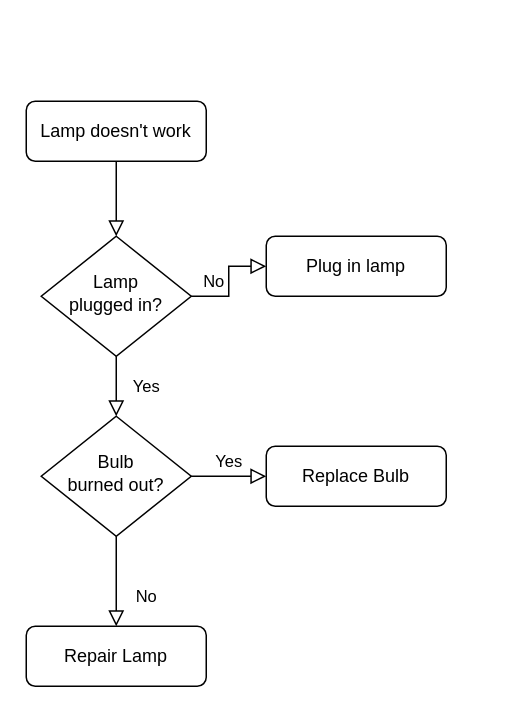
Before: Untitled Diagram.drawio in xbuniak/soc, a draw.io diagram. Source tidied: cells renumbered, new cells numbered last; positions are measured from the earlier drawing's top-left corner, leaving out a move shared by most shapes. Both pictures are drawn from the tidied source at 150%, with x=0, y=0 at pixel (26, 100).
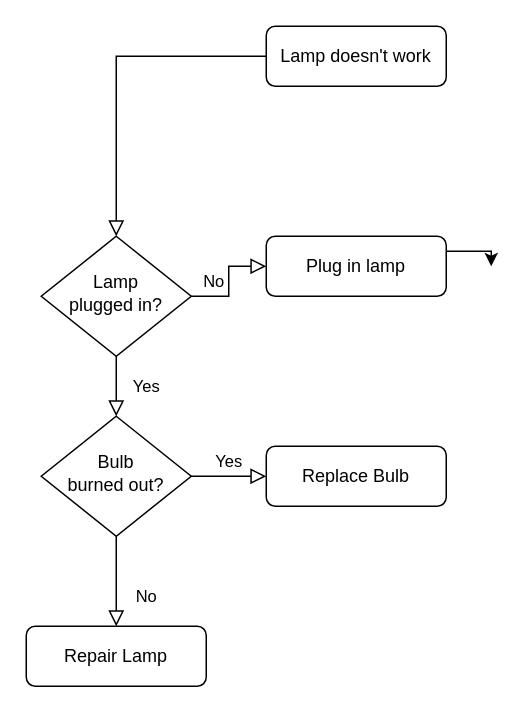
The same page after the edit.

The edit, as a diff of the source:
```diff
@@
 <mxGraphModel>
   <root>
     <mxCell id="0" />
     <mxCell id="1" parent="0" />
     <mxCell id="2" style="rounded=0;html=1;jettySize=auto;fontSize=11;endArrow=block;endFill=0;endSize=8;strokeWidth=1;shadow=0;labelBackgroundColor=none;edgeStyle=orthogonalEdgeStyle;" parent="1" edge="1" source="3" target="6">
       <mxGeometry relative="1" as="geometry" />
     </mxCell>
     <mxCell id="3" value="Lamp doesn't work" style="rounded=1;whiteSpace=wrap;html=1;fontSize=12;glass=0;strokeWidth=1;shadow=0;" parent="1" vertex="1">
-      <mxGeometry width="120" height="40" as="geometry" />
+      <mxGeometry x="160" y="-50" width="120" height="40" as="geometry" />
     </mxCell>
     <mxCell id="4" value="Yes" style="rounded=0;html=1;jettySize=auto;fontSize=11;endArrow=block;endFill=0;endSize=8;strokeWidth=1;shadow=0;labelBackgroundColor=none;edgeStyle=orthogonalEdgeStyle;" parent="1" edge="1" source="6" target="10">
       <mxGeometry y="20" relative="1" as="geometry" />
     </mxCell>
     <mxCell id="5" value="No" style="edgeStyle=orthogonalEdgeStyle;rounded=0;html=1;jettySize=auto;fontSize=11;endArrow=block;endFill=0;endSize=8;strokeWidth=1;shadow=0;labelBackgroundColor=none;" parent="1" edge="1" source="6" target="7">
       <mxGeometry y="10" relative="1" as="geometry" />
     </mxCell>
     <mxCell id="6" value="Lamp&lt;br&gt;plugged in?" style="rhombus;whiteSpace=wrap;html=1;shadow=0;fontFamily=Helvetica;fontSize=12;align=center;strokeWidth=1;spacing=6;spacingTop=-4;" parent="1" vertex="1">
       <mxGeometry x="10" y="90" width="100" height="80" as="geometry" />
     </mxCell>
+    <mxCell id="13" style="edgeStyle=orthogonalEdgeStyle;rounded=0;jettySize=auto;html=1;exitX=1;exitY=0.25;exitDx=0;exitDy=0;" parent="1" edge="1" source="7">
+      <mxGeometry relative="1" as="geometry">
+        <mxPoint x="310" y="110" as="targetPoint" />
+      </mxGeometry>
+    </mxCell>
     <mxCell id="7" value="Plug in lamp" style="rounded=1;whiteSpace=wrap;html=1;fontSize=12;glass=0;strokeWidth=1;shadow=0;" parent="1" vertex="1">
       <mxGeometry x="160" y="90" width="120" height="40" as="geometry" />
     </mxCell>
     <mxCell id="8" value="No" style="rounded=0;html=1;jettySize=auto;fontSize=11;endArrow=block;endFill=0;endSize=8;strokeWidth=1;shadow=0;labelBackgroundColor=none;edgeStyle=orthogonalEdgeStyle;" parent="1" edge="1" source="10" target="11">
       <mxGeometry x="0.33" y="20" relative="1" as="geometry" />
     </mxCell>
     <mxCell id="9" value="Yes" style="edgeStyle=orthogonalEdgeStyle;rounded=0;html=1;jettySize=auto;fontSize=11;endArrow=block;endFill=0;endSize=8;strokeWidth=1;shadow=0;labelBackgroundColor=none;" parent="1" edge="1" source="10" target="12">
       <mxGeometry y="10" relative="1" as="geometry" />
     </mxCell>
     <mxCell id="10" value="Bulb&lt;br&gt;burned out?" style="rhombus;whiteSpace=wrap;html=1;shadow=0;fontFamily=Helvetica;fontSize=12;align=center;strokeWidth=1;spacing=6;spacingTop=-4;" parent="1" vertex="1">
       <mxGeometry x="10" y="210" width="100" height="80" as="geometry" />
     </mxCell>
     <mxCell id="11" value="Repair Lamp" style="rounded=1;whiteSpace=wrap;html=1;fontSize=12;glass=0;strokeWidth=1;shadow=0;" parent="1" vertex="1">
       <mxGeometry y="350" width="120" height="40" as="geometry" />
     </mxCell>
     <mxCell id="12" value="Replace Bulb" style="rounded=1;whiteSpace=wrap;html=1;fontSize=12;glass=0;strokeWidth=1;shadow=0;" parent="1" vertex="1">
       <mxGeometry x="160" y="230" width="120" height="40" as="geometry" />
     </mxCell>
   </root>
 </mxGraphModel>
```
